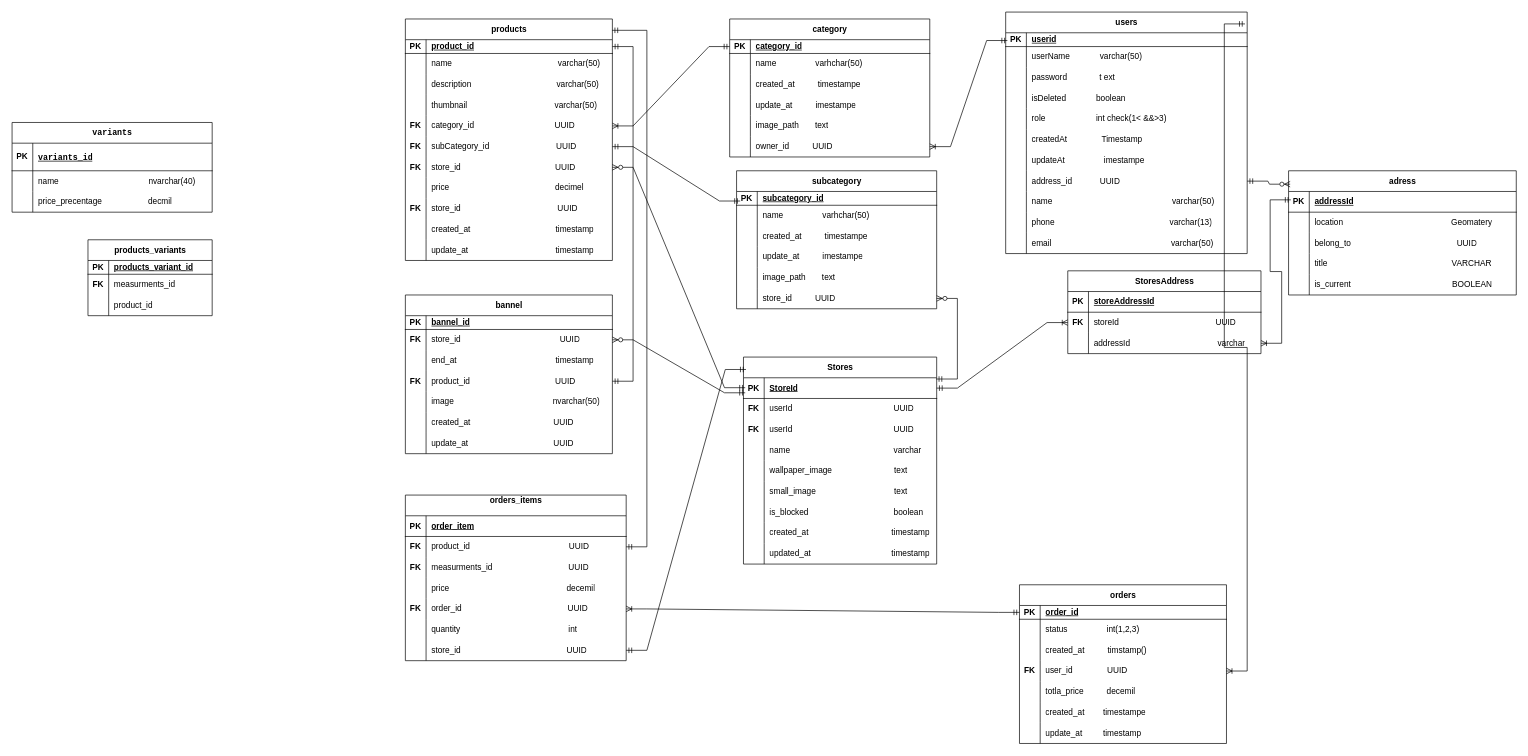
This is ecommerce.drawio from Abdullah2100/ecommerce_full_stack, a draw.io file, before an edit. Source tidied: cells renumbered, new cells numbered last; positions are measured from the earlier drawing's top-left corner, leaving out a move shared by most shapes. Both pictures are drawn from the tidied source at 69%, with x=0, y=0 at pixel (12, 12).
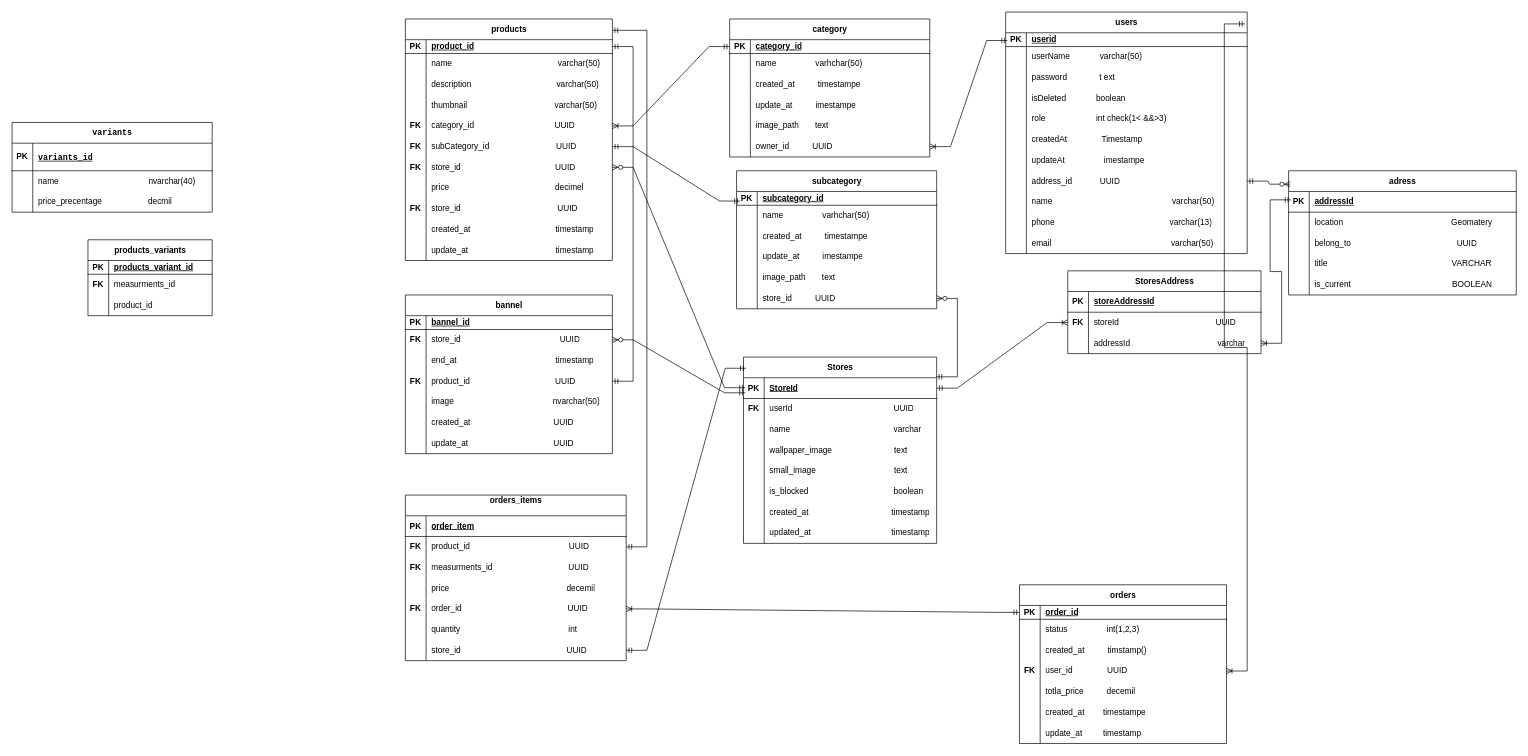
After the change.

What changed in the source:
```diff
@@
     <mxCell id="194" value="Stores" style="shape=table;startSize=30;childLayout=tableLayout;rowLines=0;fontStyle=1;align=center;html=1;" parent="1" vertex="1">
-      <mxGeometry x="1060" y="500" width="280" height="300" as="geometry" />
+      <mxGeometry x="1060" y="500" width="280" height="270" as="geometry" />
     </mxCell>
@@
-    <mxCell id="201" style="shape=tableRow;horizontal=0;startSize=0;swimlaneHead=0;swimlaneBody=0;fillColor=none;top=0;left=0;right=0;bottom=0;" parent="194" vertex="1">
-      <mxGeometry y="90" width="280" height="30" as="geometry" />
-    </mxCell>
-    <mxCell id="202" value="&lt;b&gt;FK&lt;/b&gt;" style="shape=partialRectangle;fillColor=none;top=0;left=0;bottom=0;right=0;overflow=hidden;whiteSpace=wrap;html=1;" parent="201" vertex="1">
-      <mxGeometry width="30" height="30" as="geometry" />
-    </mxCell>
-    <mxCell id="203" value="userId&amp;nbsp; &amp;nbsp; &amp;nbsp; &amp;nbsp; &amp;nbsp; &amp;nbsp; &amp;nbsp; &amp;nbsp; &amp;nbsp; &amp;nbsp; &amp;nbsp; &amp;nbsp; &amp;nbsp; &amp;nbsp; &amp;nbsp; &amp;nbsp; &amp;nbsp; &amp;nbsp; &amp;nbsp; &amp;nbsp; &amp;nbsp; &amp;nbsp; UUID" style="shape=partialRectangle;fillColor=none;top=0;left=0;bottom=0;right=0;align=left;spacingLeft=6;overflow=hidden;whiteSpace=wrap;html=1;" parent="201" vertex="1">
-      <mxGeometry x="30" width="250" height="30" as="geometry" />
-    </mxCell>
     <mxCell id="204" style="shape=tableRow;horizontal=0;startSize=0;swimlaneHead=0;swimlaneBody=0;fillColor=none;top=0;left=0;right=0;bottom=0;" parent="194" vertex="1">
-      <mxGeometry y="120" width="280" height="30" as="geometry" />
+      <mxGeometry y="90" width="280" height="30" as="geometry" />
     </mxCell>
@@
     <mxCell id="207" style="shape=tableRow;horizontal=0;startSize=0;swimlaneHead=0;swimlaneBody=0;fillColor=none;top=0;left=0;right=0;bottom=0;" parent="194" vertex="1">
-      <mxGeometry y="150" width="280" height="30" as="geometry" />
+      <mxGeometry y="120" width="280" height="30" as="geometry" />
     </mxCell>
@@
     <mxCell id="210" style="shape=tableRow;horizontal=0;startSize=0;swimlaneHead=0;swimlaneBody=0;fillColor=none;top=0;left=0;right=0;bottom=0;" parent="194" vertex="1">
-      <mxGeometry y="180" width="280" height="30" as="geometry" />
+      <mxGeometry y="150" width="280" height="30" as="geometry" />
     </mxCell>
@@
     <mxCell id="213" style="shape=tableRow;horizontal=0;startSize=0;swimlaneHead=0;swimlaneBody=0;fillColor=none;top=0;left=0;right=0;bottom=0;" parent="194" vertex="1">
-      <mxGeometry y="210" width="280" height="30" as="geometry" />
+      <mxGeometry y="180" width="280" height="30" as="geometry" />
     </mxCell>
@@
     <mxCell id="216" style="shape=tableRow;horizontal=0;startSize=0;swimlaneHead=0;swimlaneBody=0;fillColor=none;top=0;left=0;right=0;bottom=0;" parent="194" vertex="1">
-      <mxGeometry y="240" width="280" height="30" as="geometry" />
+      <mxGeometry y="210" width="280" height="30" as="geometry" />
     </mxCell>
@@
     <mxCell id="219" style="shape=tableRow;horizontal=0;startSize=0;swimlaneHead=0;swimlaneBody=0;fillColor=none;top=0;left=0;right=0;bottom=0;" parent="194" vertex="1">
-      <mxGeometry y="270" width="280" height="30" as="geometry" />
+      <mxGeometry y="240" width="280" height="30" as="geometry" />
     </mxCell>
```
